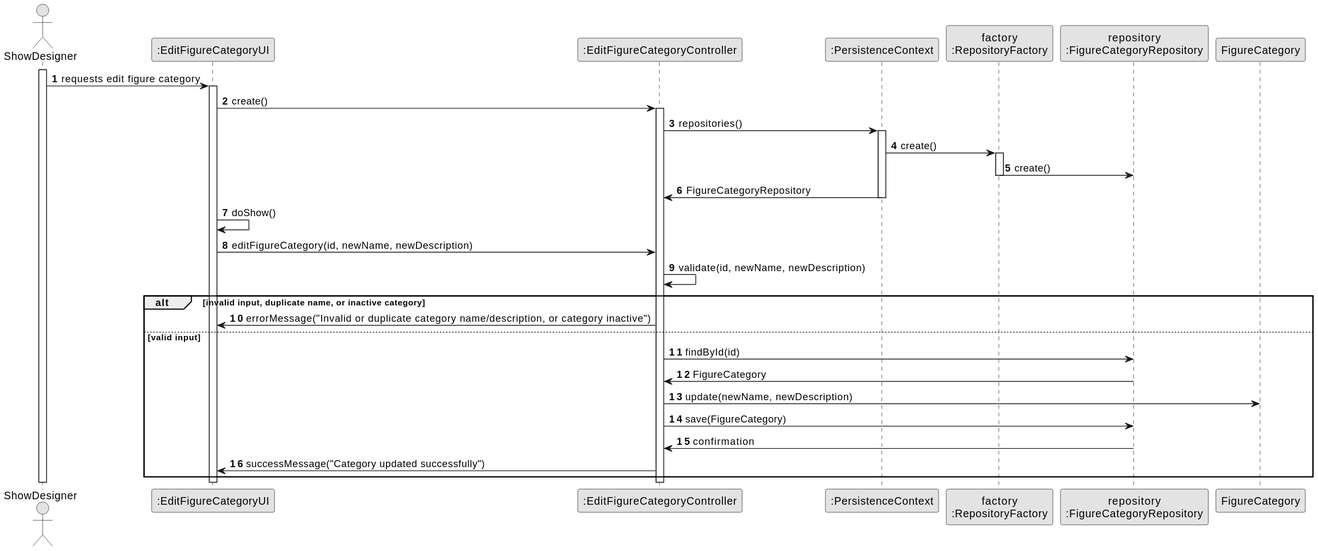
SAEmanuel/Shodrone_ISEP keeps this PlantUML diagram as docs/planning/sprint2/EAPLI/US246 - Edit figure category/03.design/svg/us246-sequence-diagram-full.svg. Above is the earlier version. Source of this version:
```plantuml
@startuml
skinparam monochrome true
skinparam packageStyle rectangle
skinparam shadowing false

autonumber

actor "ShowDesigner" as ACTOR
participant ":EditFigureCategoryUI" as UI
participant ":EditFigureCategoryController" as CTRL
participant ":PersistenceContext" as PC
participant "factory\n:RepositoryFactory" as FACTORY_INSTANCE
participant "repository\n:FigureCategoryRepository" as REPO
participant "FigureCategory" as FigureCategory

activate ACTOR

ACTOR -> UI : requests edit figure category

activate UI
UI -> CTRL : create()

activate CTRL
CTRL -> PC: repositories()
activate PC
PC -> FACTORY_INSTANCE: create()
activate FACTORY_INSTANCE
FACTORY_INSTANCE -> REPO: create()
deactivate FACTORY_INSTANCE
PC -> CTRL: FigureCategoryRepository
deactivate PC

UI -> UI: doShow()

UI -> CTRL: editFigureCategory(id, newName, newDescription)
CTRL -> CTRL: validate(id, newName, newDescription)
alt invalid input, duplicate name, or inactive category
    CTRL -> UI: errorMessage("Invalid or duplicate category name/description, or category inactive")
else valid input
    CTRL -> REPO: findById(id)
    REPO -> CTRL: FigureCategory
    CTRL -> FigureCategory: update(newName, newDescription)
    CTRL -> REPO: save(FigureCategory)
    REPO -> CTRL: confirmation
    CTRL -> UI: successMessage("Category updated successfully")
end

deactivate CTRL
deactivate UI
deactivate ACTOR
@enduml
```
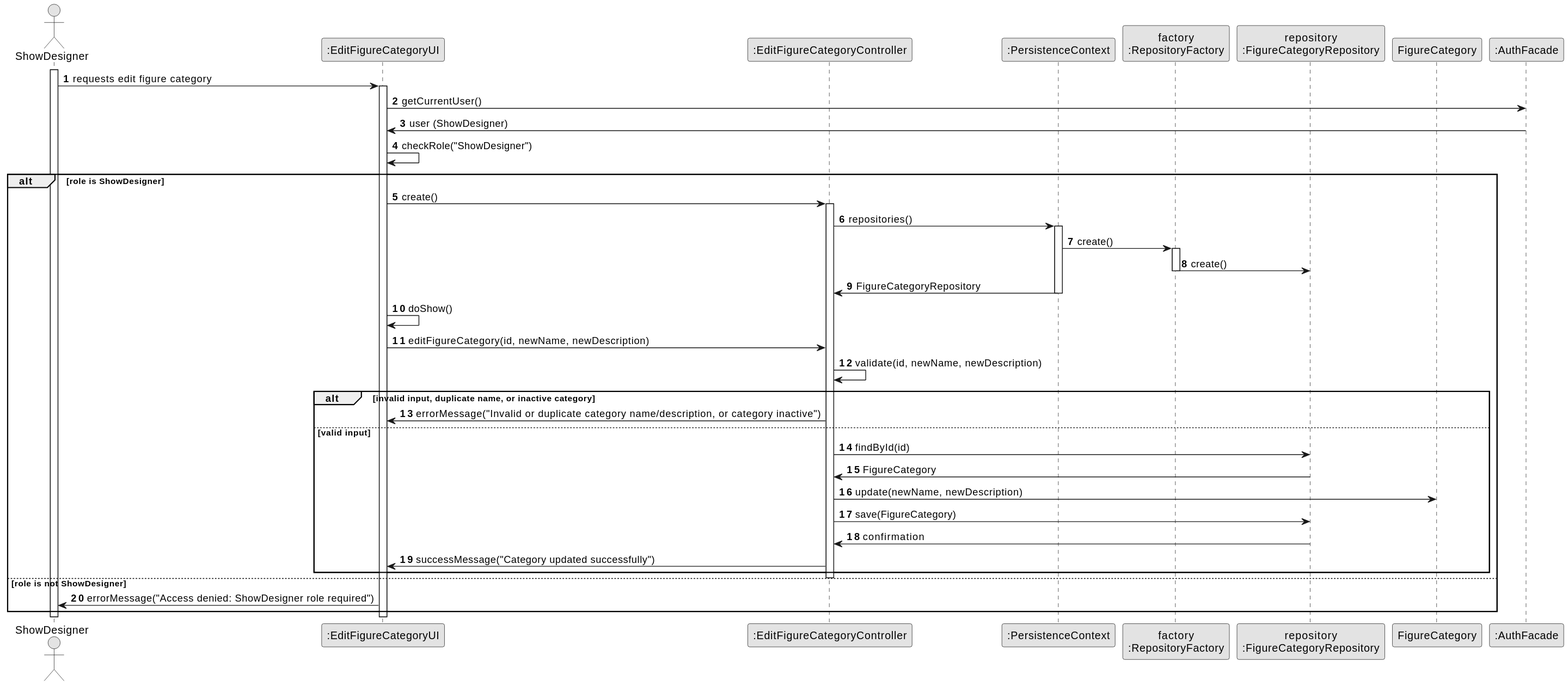
Above is the later version.

Commit message:
us246: add user and role verification to design sequence diagram

Updated the design sequence diagram for US246 (Edit figure category) to explicitly include user authentication and role verification via AuthFacade. The flow now ensures only authenticated users with the ShowDesigner role can edit categories, aligning with security and authorization requirements.

Related to #1/#24/#33

The edit, as a diff of the source:
```diff
@@ -12,40 +12,49 @@
 participant "factory\n:RepositoryFactory" as FACTORY_INSTANCE
 participant "repository\n:FigureCategoryRepository" as REPO
 participant "FigureCategory" as FigureCategory
+participant ":AuthFacade" as AuthFacade
 
 activate ACTOR
 
 ACTOR -> UI : requests edit figure category
 
 activate UI
-UI -> CTRL : create()
+UI -> AuthFacade: getCurrentUser()
+AuthFacade -> UI: user (ShowDesigner)
+UI -> UI: checkRole("ShowDesigner")
+alt role is ShowDesigner
+    UI -> CTRL : create()
 
-activate CTRL
-CTRL -> PC: repositories()
-activate PC
-PC -> FACTORY_INSTANCE: create()
-activate FACTORY_INSTANCE
-FACTORY_INSTANCE -> REPO: create()
-deactivate FACTORY_INSTANCE
-PC -> CTRL: FigureCategoryRepository
-deactivate PC
+    activate CTRL
+    CTRL -> PC: repositories()
+    activate PC
+    PC -> FACTORY_INSTANCE: create()
+    activate FACTORY_INSTANCE
+    FACTORY_INSTANCE -> REPO: create()
+    deactivate FACTORY_INSTANCE
+    PC -> CTRL: FigureCategoryRepository
+    deactivate PC
 
-UI -> UI: doShow()
+    UI -> UI: doShow()
 
-UI -> CTRL: editFigureCategory(id, newName, newDescription)
-CTRL -> CTRL: validate(id, newName, newDescription)
-alt invalid input, duplicate name, or inactive category
-    CTRL -> UI: errorMessage("Invalid or duplicate category name/description, or category inactive")
-else valid input
-    CTRL -> REPO: findById(id)
-    REPO -> CTRL: FigureCategory
-    CTRL -> FigureCategory: update(newName, newDescription)
-    CTRL -> REPO: save(FigureCategory)
-    REPO -> CTRL: confirmation
-    CTRL -> UI: successMessage("Category updated successfully")
+    UI -> CTRL: editFigureCategory(id, newName, newDescription)
+    CTRL -> CTRL: validate(id, newName, newDescription)
+    alt invalid input, duplicate name, or inactive category
+        CTRL -> UI: errorMessage("Invalid or duplicate category name/description, or category inactive")
+    else valid input
+        CTRL -> REPO: findById(id)
+        REPO -> CTRL: FigureCategory
+        CTRL -> FigureCategory: update(newName, newDescription)
+        CTRL -> REPO: save(FigureCategory)
+        REPO -> CTRL: confirmation
+        CTRL -> UI: successMessage("Category updated successfully")
+    end
+
+    deactivate CTRL
+else role is not ShowDesigner
+    UI -> ACTOR: errorMessage("Access denied: ShowDesigner role required")
 end
 
-deactivate CTRL
 deactivate UI
 deactivate ACTOR
 @enduml
```
